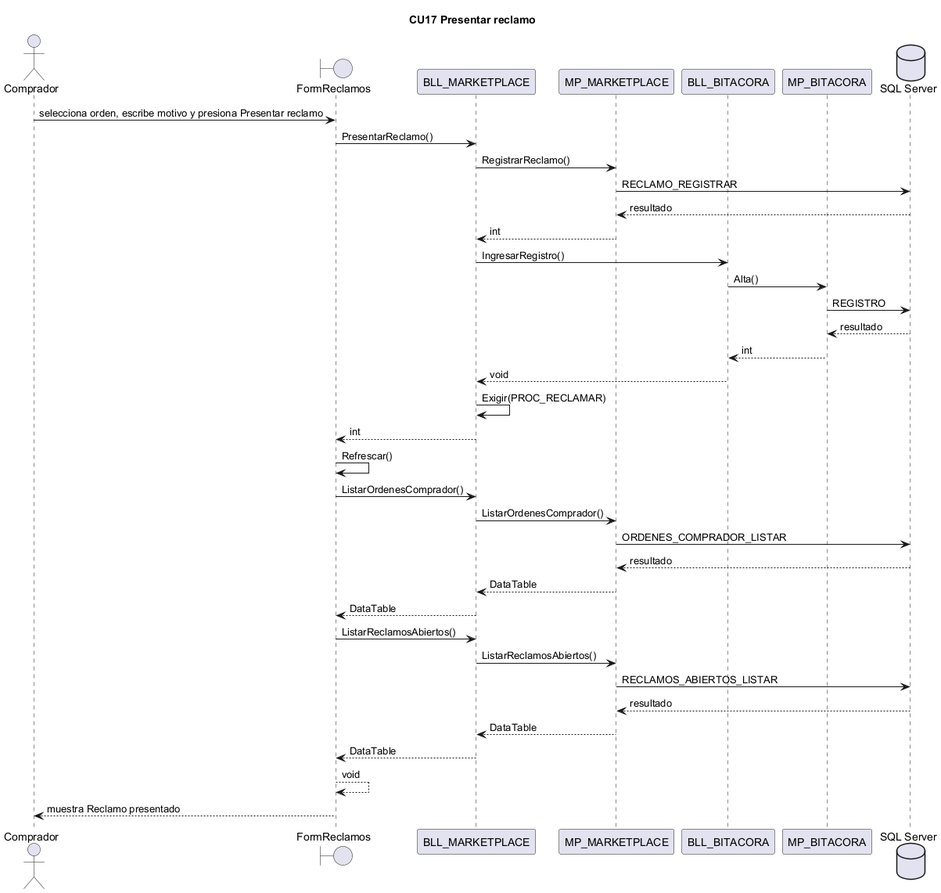
Before: docs/diagramas/secuencias_png/CU17.png, a diagram exported from PlantUML (L-Muniz/uai-diploma_2026). The source it was exported from:
```plantuml
@startuml CU17
title CU17 Presentar reclamo
actor "Comprador" as ACT
boundary FormReclamos
participant BLL_MARKETPLACE
participant MP_MARKETPLACE
participant BLL_BITACORA
participant MP_BITACORA
database "SQL Server" as BD
ACT -> FormReclamos : selecciona orden, escribe motivo y presiona Presentar reclamo
FormReclamos -> BLL_MARKETPLACE : PresentarReclamo()
BLL_MARKETPLACE -> MP_MARKETPLACE : RegistrarReclamo()
MP_MARKETPLACE -> BD : RECLAMO_REGISTRAR
BD --> MP_MARKETPLACE : resultado
MP_MARKETPLACE --> BLL_MARKETPLACE : int
BLL_MARKETPLACE -> BLL_BITACORA : IngresarRegistro()
BLL_BITACORA -> MP_BITACORA : Alta()
MP_BITACORA -> BD : REGISTRO
BD --> MP_BITACORA : resultado
MP_BITACORA --> BLL_BITACORA : int
BLL_BITACORA --> BLL_MARKETPLACE : void
BLL_MARKETPLACE -> BLL_MARKETPLACE : Exigir(PROC_RECLAMAR)
BLL_MARKETPLACE --> FormReclamos : int
FormReclamos -> FormReclamos : Refrescar()
FormReclamos -> BLL_MARKETPLACE : ListarOrdenesComprador()
BLL_MARKETPLACE -> MP_MARKETPLACE : ListarOrdenesComprador()
MP_MARKETPLACE -> BD : ORDENES_COMPRADOR_LISTAR
BD --> MP_MARKETPLACE : resultado
MP_MARKETPLACE --> BLL_MARKETPLACE : DataTable
BLL_MARKETPLACE --> FormReclamos : DataTable
FormReclamos -> BLL_MARKETPLACE : ListarReclamosAbiertos()
BLL_MARKETPLACE -> MP_MARKETPLACE : ListarReclamosAbiertos()
MP_MARKETPLACE -> BD : RECLAMOS_ABIERTOS_LISTAR
BD --> MP_MARKETPLACE : resultado
MP_MARKETPLACE --> BLL_MARKETPLACE : DataTable
BLL_MARKETPLACE --> FormReclamos : DataTable
FormReclamos --> FormReclamos : void
FormReclamos --> ACT : muestra Reclamo presentado
@enduml
```
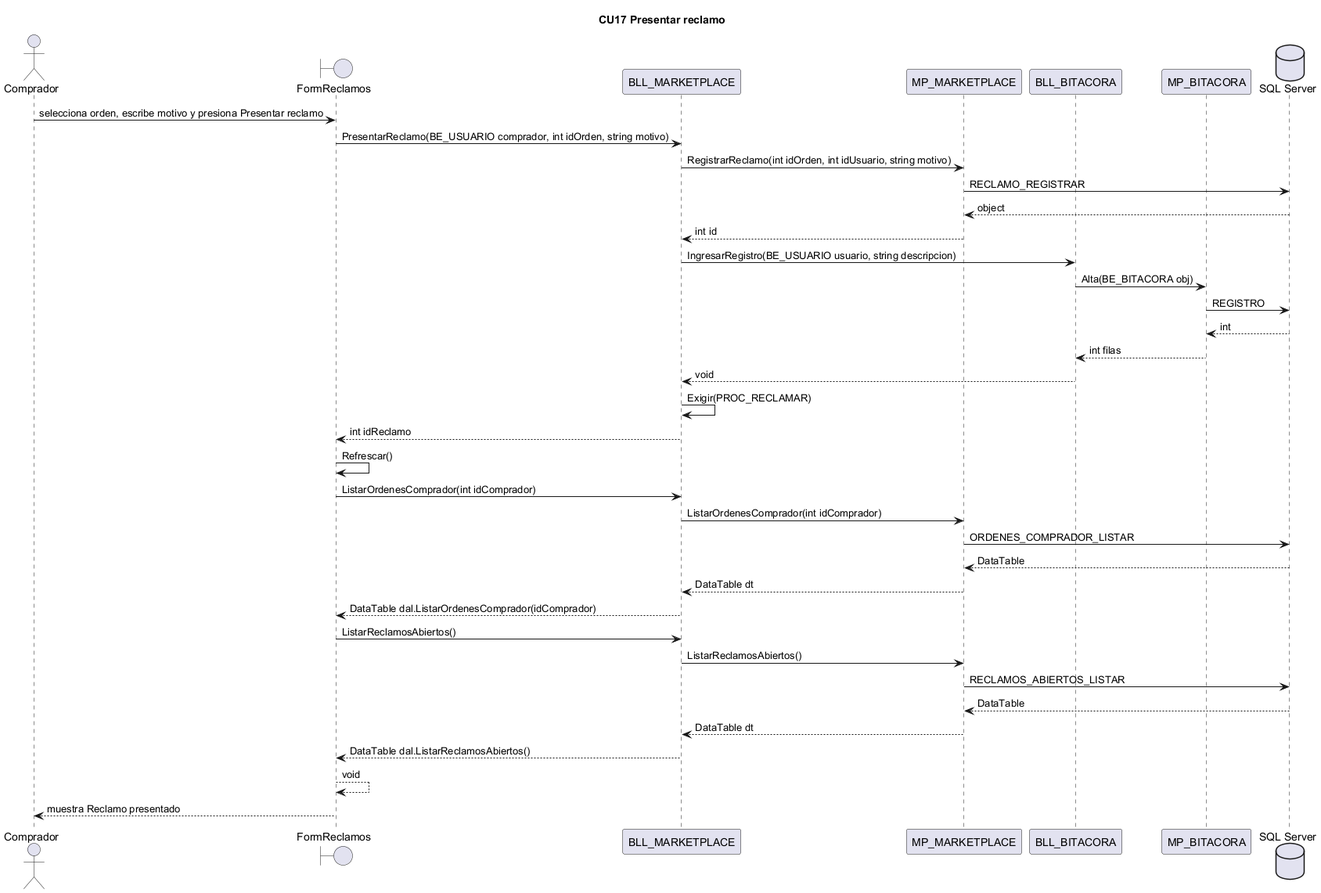
The same file after the commit.

Change to the diagram source:
```diff
@@ -8,32 +8,32 @@
 participant MP_BITACORA
 database "SQL Server" as BD
 ACT -> FormReclamos : selecciona orden, escribe motivo y presiona Presentar reclamo
-FormReclamos -> BLL_MARKETPLACE : PresentarReclamo()
-BLL_MARKETPLACE -> MP_MARKETPLACE : RegistrarReclamo()
+FormReclamos -> BLL_MARKETPLACE : PresentarReclamo(BE_USUARIO comprador, int idOrden, string motivo)
+BLL_MARKETPLACE -> MP_MARKETPLACE : RegistrarReclamo(int idOrden, int idUsuario, string motivo)
 MP_MARKETPLACE -> BD : RECLAMO_REGISTRAR
-BD --> MP_MARKETPLACE : resultado
-MP_MARKETPLACE --> BLL_MARKETPLACE : int
-BLL_MARKETPLACE -> BLL_BITACORA : IngresarRegistro()
-BLL_BITACORA -> MP_BITACORA : Alta()
+BD --> MP_MARKETPLACE : object
+MP_MARKETPLACE --> BLL_MARKETPLACE : int id
+BLL_MARKETPLACE -> BLL_BITACORA : IngresarRegistro(BE_USUARIO usuario, string descripcion)
+BLL_BITACORA -> MP_BITACORA : Alta(BE_BITACORA obj)
 MP_BITACORA -> BD : REGISTRO
-BD --> MP_BITACORA : resultado
-MP_BITACORA --> BLL_BITACORA : int
+BD --> MP_BITACORA : int
+MP_BITACORA --> BLL_BITACORA : int filas
 BLL_BITACORA --> BLL_MARKETPLACE : void
 BLL_MARKETPLACE -> BLL_MARKETPLACE : Exigir(PROC_RECLAMAR)
-BLL_MARKETPLACE --> FormReclamos : int
+BLL_MARKETPLACE --> FormReclamos : int idReclamo
 FormReclamos -> FormReclamos : Refrescar()
-FormReclamos -> BLL_MARKETPLACE : ListarOrdenesComprador()
-BLL_MARKETPLACE -> MP_MARKETPLACE : ListarOrdenesComprador()
+FormReclamos -> BLL_MARKETPLACE : ListarOrdenesComprador(int idComprador)
+BLL_MARKETPLACE -> MP_MARKETPLACE : ListarOrdenesComprador(int idComprador)
 MP_MARKETPLACE -> BD : ORDENES_COMPRADOR_LISTAR
-BD --> MP_MARKETPLACE : resultado
-MP_MARKETPLACE --> BLL_MARKETPLACE : DataTable
-BLL_MARKETPLACE --> FormReclamos : DataTable
+BD --> MP_MARKETPLACE : DataTable
+MP_MARKETPLACE --> BLL_MARKETPLACE : DataTable dt
+BLL_MARKETPLACE --> FormReclamos : DataTable dal.ListarOrdenesComprador(idComprador)
 FormReclamos -> BLL_MARKETPLACE : ListarReclamosAbiertos()
 BLL_MARKETPLACE -> MP_MARKETPLACE : ListarReclamosAbiertos()
 MP_MARKETPLACE -> BD : RECLAMOS_ABIERTOS_LISTAR
-BD --> MP_MARKETPLACE : resultado
-MP_MARKETPLACE --> BLL_MARKETPLACE : DataTable
-BLL_MARKETPLACE --> FormReclamos : DataTable
+BD --> MP_MARKETPLACE : DataTable
+MP_MARKETPLACE --> BLL_MARKETPLACE : DataTable dt
+BLL_MARKETPLACE --> FormReclamos : DataTable dal.ListarReclamosAbiertos()
 FormReclamos --> FormReclamos : void
 FormReclamos --> ACT : muestra Reclamo presentado
 @enduml
```
